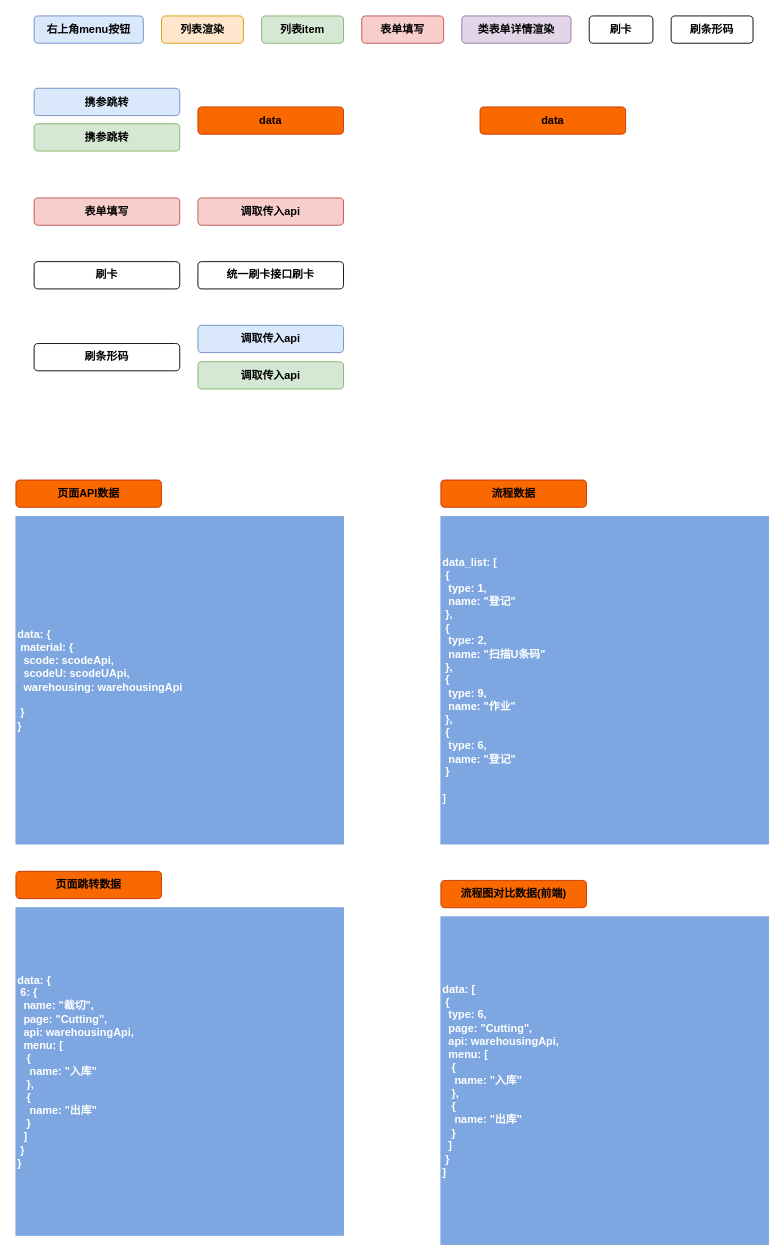
Before: page "第 2 页" (2 of 4) of Untitled Diagram.drawio in RuGxxx/Rug_home_Django, a draw.io diagram. Source tidied: cells renumbered, new cells numbered last; positions are measured from the earlier drawing's top-left corner, leaving out a move shared by most shapes. Both pictures are drawn from the tidied source at 91%, with x=0, y=0 at pixel (15, 15).
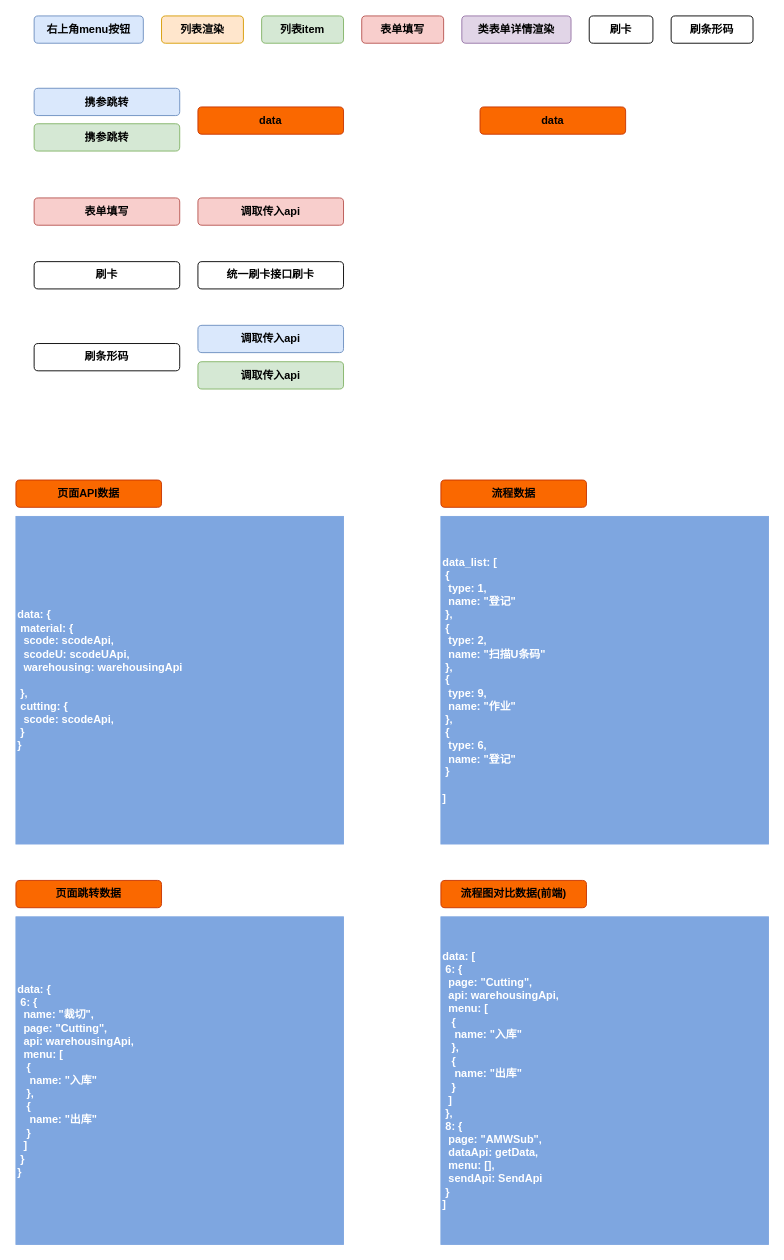
Above is the later version.

Diff of the diagram source:
```diff
@@
-    <mxCell id="20" value="&lt;b&gt;data: {&lt;br&gt;&lt;span&gt; &lt;/span&gt;&lt;span style=&quot;white-space: pre&quot;&gt; &lt;/span&gt;material: {&lt;br&gt;&lt;span&gt; &lt;span&gt; &lt;/span&gt;&lt;span style=&quot;white-space: pre&quot;&gt; &lt;span style=&quot;white-space: pre&quot;&gt; &lt;/span&gt;&lt;/span&gt;&lt;/span&gt;scode: scodeApi,&lt;br&gt;&lt;span style=&quot;white-space: pre&quot;&gt; &lt;/span&gt;&lt;span style=&quot;white-space: pre&quot;&gt; &lt;/span&gt;scodeU: scodeUApi,&lt;br&gt;&lt;span&gt; &lt;/span&gt;&lt;span&gt; &lt;/span&gt;&lt;span style=&quot;white-space: pre&quot;&gt; &lt;span style=&quot;white-space: pre&quot;&gt; &lt;/span&gt;&lt;/span&gt;warehousing: warehousingApi&lt;br&gt;&lt;span style=&quot;white-space: pre&quot;&gt; &lt;/span&gt;&lt;span style=&quot;white-space: pre&quot;&gt; &lt;/span&gt;&lt;br&gt;&lt;span&gt; &lt;/span&gt;&lt;span style=&quot;white-space: pre&quot;&gt; &lt;/span&gt;}&lt;br&gt;}&lt;/b&gt;" style="whiteSpace=wrap;html=1;labelBackgroundColor=none;fontColor=#FFFFFF;strokeColor=#7EA6E0;fillColor=#7EA6E0;align=left;" parent="1" vertex="1">
+    <mxCell id="20" value="&lt;b&gt;data: {&lt;br&gt;&lt;span&gt; &lt;/span&gt;&lt;span style=&quot;white-space: pre&quot;&gt; &lt;/span&gt;material: {&lt;br&gt;&lt;span&gt; &lt;span&gt; &lt;/span&gt;&lt;span style=&quot;white-space: pre&quot;&gt; &lt;span style=&quot;white-space: pre&quot;&gt; &lt;/span&gt;&lt;/span&gt;&lt;/span&gt;scode: scodeApi,&lt;br&gt;&lt;span style=&quot;white-space: pre&quot;&gt; &lt;/span&gt;&lt;span style=&quot;white-space: pre&quot;&gt; &lt;/span&gt;scodeU: scodeUApi,&lt;br&gt;&lt;span&gt; &lt;/span&gt;&lt;span&gt; &lt;/span&gt;&lt;span style=&quot;white-space: pre&quot;&gt; &lt;span style=&quot;white-space: pre&quot;&gt; &lt;/span&gt;&lt;/span&gt;warehousing: warehousingApi&lt;br&gt;&lt;span style=&quot;white-space: pre&quot;&gt; &lt;/span&gt;&lt;span style=&quot;white-space: pre&quot;&gt; &lt;/span&gt;&lt;br&gt;&lt;span&gt; &lt;/span&gt;&lt;span style=&quot;white-space: pre&quot;&gt; &lt;/span&gt;},&lt;br&gt;&lt;span style=&quot;white-space: pre&quot;&gt; &lt;/span&gt;cutting: {&lt;br&gt;&lt;span style=&quot;white-space: pre&quot;&gt; &lt;/span&gt;&lt;span style=&quot;white-space: pre&quot;&gt; &lt;/span&gt;scode: scodeApi,&lt;br&gt;&lt;span style=&quot;white-space: pre&quot;&gt; &lt;/span&gt;}&lt;br&gt;}&lt;/b&gt;" style="whiteSpace=wrap;html=1;labelBackgroundColor=none;fontColor=#FFFFFF;strokeColor=#7EA6E0;fillColor=#7EA6E0;align=left;" parent="1" vertex="1">
       <mxGeometry y="550" width="360" height="360" as="geometry" />
     </mxCell>
@@
     <mxCell id="24" value="&lt;b&gt;data: {&lt;br&gt;&lt;span&gt; &lt;/span&gt;&lt;span style=&quot;white-space: pre&quot;&gt; &lt;/span&gt;6: {&lt;br&gt;&lt;span&gt; &lt;span&gt; &lt;/span&gt;&lt;span style=&quot;white-space: pre&quot;&gt; &lt;span style=&quot;white-space: pre&quot;&gt; &lt;/span&gt;&lt;/span&gt;&lt;/span&gt;name: &quot;裁切&quot;,&lt;br&gt;&lt;span style=&quot;white-space: pre&quot;&gt; &lt;/span&gt;&lt;span style=&quot;white-space: pre&quot;&gt; &lt;/span&gt;page: &quot;Cutting&quot;,&lt;br&gt;&lt;span&gt; &lt;/span&gt;&lt;span&gt; &lt;/span&gt;&lt;span style=&quot;white-space: pre&quot;&gt; &lt;span style=&quot;white-space: pre&quot;&gt; &lt;/span&gt;a&lt;/span&gt;pi: warehousingApi,&lt;br&gt;&lt;span style=&quot;white-space: pre&quot;&gt; &lt;/span&gt;&lt;span style=&quot;white-space: pre&quot;&gt; &lt;/span&gt;menu: [&lt;br&gt;&lt;span style=&quot;white-space: pre&quot;&gt; &lt;/span&gt;&lt;span style=&quot;white-space: pre&quot;&gt; &lt;/span&gt;&lt;span style=&quot;white-space: pre&quot;&gt; &lt;/span&gt;{&lt;br&gt;&lt;span style=&quot;white-space: pre&quot;&gt; &lt;/span&gt;&lt;span style=&quot;white-space: pre&quot;&gt; &lt;/span&gt;&lt;span style=&quot;white-space: pre&quot;&gt; &lt;/span&gt;&lt;span style=&quot;white-space: pre&quot;&gt; &lt;/span&gt;name: &quot;入库&quot;&lt;br&gt;&lt;span style=&quot;white-space: pre&quot;&gt; &lt;/span&gt;&lt;span style=&quot;white-space: pre&quot;&gt; &lt;/span&gt;&lt;span style=&quot;white-space: pre&quot;&gt; &lt;/span&gt;},&lt;br&gt;&lt;span style=&quot;white-space: pre&quot;&gt; &lt;/span&gt;&lt;span style=&quot;white-space: pre&quot;&gt; &lt;/span&gt;&lt;span style=&quot;white-space: pre&quot;&gt; &lt;/span&gt;{&lt;br&gt;&lt;span style=&quot;white-space: pre&quot;&gt; &lt;/span&gt;&lt;span style=&quot;white-space: pre&quot;&gt; &lt;/span&gt;&lt;span style=&quot;white-space: pre&quot;&gt; &lt;/span&gt;&lt;span style=&quot;white-space: pre&quot;&gt; &lt;/span&gt;name: &quot;出库&quot;&lt;br&gt;&lt;span style=&quot;white-space: pre&quot;&gt; &lt;/span&gt;&lt;span style=&quot;white-space: pre&quot;&gt; &lt;/span&gt;&lt;span style=&quot;white-space: pre&quot;&gt; &lt;/span&gt;}&lt;br&gt;&lt;span style=&quot;white-space: pre&quot;&gt; &lt;/span&gt;&lt;span style=&quot;white-space: pre&quot;&gt; &lt;/span&gt;]&lt;br&gt;&lt;span&gt; &lt;/span&gt;&lt;span style=&quot;white-space: pre&quot;&gt; &lt;/span&gt;}&lt;br&gt;}&lt;br&gt;&lt;/b&gt;" style="whiteSpace=wrap;html=1;labelBackgroundColor=none;fontColor=#FFFFFF;strokeColor=#7EA6E0;fillColor=#7EA6E0;align=left;" parent="1" vertex="1">
-      <mxGeometry y="980" width="360" height="360" as="geometry" />
+      <mxGeometry y="990" width="360" height="360" as="geometry" />
     </mxCell>
     <mxCell id="25" value="页面跳转数据" style="rounded=1;whiteSpace=wrap;html=1;strokeColor=#C73500;fillColor=#fa6800;labelBackgroundColor=none;fontStyle=1;fontColor=#000000;" parent="1" vertex="1">
-      <mxGeometry y="940" width="160" height="30" as="geometry" />
+      <mxGeometry y="950" width="160" height="30" as="geometry" />
     </mxCell>
-    <mxCell id="26" value="&lt;b&gt;data: [&lt;br&gt;&lt;span&gt; &lt;/span&gt;&lt;span style=&quot;white-space: pre&quot;&gt; &lt;/span&gt;{&lt;br&gt;&lt;span&gt; &lt;span&gt; &lt;/span&gt;&lt;span style=&quot;white-space: pre&quot;&gt; &lt;span style=&quot;white-space: pre&quot;&gt; &lt;/span&gt;&lt;/span&gt;&lt;/span&gt;type: 6,&lt;br&gt;&lt;span style=&quot;white-space: pre&quot;&gt; &lt;/span&gt;&lt;span style=&quot;white-space: pre&quot;&gt; &lt;/span&gt;page: &quot;Cutting&quot;,&lt;br&gt;&lt;span&gt; &lt;/span&gt;&lt;span&gt; &lt;/span&gt;&lt;span style=&quot;white-space: pre&quot;&gt; &lt;span style=&quot;white-space: pre&quot;&gt; &lt;/span&gt;a&lt;/span&gt;pi: warehousingApi,&lt;br&gt;&lt;span style=&quot;white-space: pre&quot;&gt; &lt;/span&gt;&lt;span style=&quot;white-space: pre&quot;&gt; &lt;/span&gt;menu: [&lt;br&gt;&lt;span style=&quot;white-space: pre&quot;&gt; &lt;/span&gt;&lt;span style=&quot;white-space: pre&quot;&gt; &lt;/span&gt;&lt;span style=&quot;white-space: pre&quot;&gt; &lt;/span&gt;{&lt;br&gt;&lt;span style=&quot;white-space: pre&quot;&gt; &lt;/span&gt;&lt;span style=&quot;white-space: pre&quot;&gt; &lt;/span&gt;&lt;span style=&quot;white-space: pre&quot;&gt; &lt;/span&gt;&lt;span style=&quot;white-space: pre&quot;&gt; &lt;/span&gt;name: &quot;入库&quot;&lt;br&gt;&lt;span style=&quot;white-space: pre&quot;&gt; &lt;/span&gt;&lt;span style=&quot;white-space: pre&quot;&gt; &lt;/span&gt;&lt;span style=&quot;white-space: pre&quot;&gt; &lt;/span&gt;},&lt;br&gt;&lt;span style=&quot;white-space: pre&quot;&gt; &lt;/span&gt;&lt;span style=&quot;white-space: pre&quot;&gt; &lt;/span&gt;&lt;span style=&quot;white-space: pre&quot;&gt; &lt;/span&gt;{&lt;br&gt;&lt;span style=&quot;white-space: pre&quot;&gt; &lt;/span&gt;&lt;span style=&quot;white-space: pre&quot;&gt; &lt;/span&gt;&lt;span style=&quot;white-space: pre&quot;&gt; &lt;/span&gt;&lt;span style=&quot;white-space: pre&quot;&gt; &lt;/span&gt;name: &quot;出库&quot;&lt;br&gt;&lt;span style=&quot;white-space: pre&quot;&gt; &lt;/span&gt;&lt;span style=&quot;white-space: pre&quot;&gt; &lt;/span&gt;&lt;span style=&quot;white-space: pre&quot;&gt; &lt;/span&gt;}&lt;br&gt;&lt;span style=&quot;white-space: pre&quot;&gt; &lt;/span&gt;&lt;span style=&quot;white-space: pre&quot;&gt; &lt;/span&gt;]&lt;br&gt;&lt;span&gt; &lt;/span&gt;&lt;span style=&quot;white-space: pre&quot;&gt; &lt;/span&gt;}&lt;br&gt;]&lt;br&gt;&lt;/b&gt;" style="whiteSpace=wrap;html=1;labelBackgroundColor=none;fontColor=#FFFFFF;strokeColor=#7EA6E0;fillColor=#7EA6E0;align=left;" parent="1" vertex="1">
+    <mxCell id="26" value="&lt;b&gt;data: [&lt;br&gt;&lt;span&gt; &lt;/span&gt;&lt;span style=&quot;white-space: pre&quot;&gt; &lt;/span&gt;6: {&lt;br&gt;&lt;span style=&quot;white-space: pre&quot;&gt; &lt;/span&gt;&lt;span style=&quot;white-space: pre&quot;&gt; &lt;/span&gt;page: &quot;Cutting&quot;,&lt;br&gt;&lt;span&gt; &lt;/span&gt;&lt;span&gt; &lt;/span&gt;&lt;span style=&quot;white-space: pre&quot;&gt; &lt;span style=&quot;white-space: pre&quot;&gt; &lt;/span&gt;a&lt;/span&gt;pi: warehousingApi,&lt;br&gt;&lt;span style=&quot;white-space: pre&quot;&gt; &lt;/span&gt;&lt;span style=&quot;white-space: pre&quot;&gt; &lt;/span&gt;menu: [&lt;br&gt;&lt;span style=&quot;white-space: pre&quot;&gt; &lt;/span&gt;&lt;span style=&quot;white-space: pre&quot;&gt; &lt;/span&gt;&lt;span style=&quot;white-space: pre&quot;&gt; &lt;/span&gt;{&lt;br&gt;&lt;span style=&quot;white-space: pre&quot;&gt; &lt;/span&gt;&lt;span style=&quot;white-space: pre&quot;&gt; &lt;/span&gt;&lt;span style=&quot;white-space: pre&quot;&gt; &lt;/span&gt;&lt;span style=&quot;white-space: pre&quot;&gt; &lt;/span&gt;name: &quot;入库&quot;&lt;br&gt;&lt;span style=&quot;white-space: pre&quot;&gt; &lt;/span&gt;&lt;span style=&quot;white-space: pre&quot;&gt; &lt;/span&gt;&lt;span style=&quot;white-space: pre&quot;&gt; &lt;/span&gt;},&lt;br&gt;&lt;span style=&quot;white-space: pre&quot;&gt; &lt;/span&gt;&lt;span style=&quot;white-space: pre&quot;&gt; &lt;/span&gt;&lt;span style=&quot;white-space: pre&quot;&gt; &lt;/span&gt;{&lt;br&gt;&lt;span style=&quot;white-space: pre&quot;&gt; &lt;/span&gt;&lt;span style=&quot;white-space: pre&quot;&gt; &lt;/span&gt;&lt;span style=&quot;white-space: pre&quot;&gt; &lt;/span&gt;&lt;span style=&quot;white-space: pre&quot;&gt; &lt;/span&gt;name: &quot;出库&quot;&lt;br&gt;&lt;span style=&quot;white-space: pre&quot;&gt; &lt;/span&gt;&lt;span style=&quot;white-space: pre&quot;&gt; &lt;/span&gt;&lt;span style=&quot;white-space: pre&quot;&gt; &lt;/span&gt;}&lt;br&gt;&lt;span style=&quot;white-space: pre&quot;&gt; &lt;/span&gt;&lt;span style=&quot;white-space: pre&quot;&gt; &lt;/span&gt;]&lt;br&gt;&lt;span&gt; &lt;/span&gt;&lt;span style=&quot;white-space: pre&quot;&gt; &lt;/span&gt;},&lt;br&gt;&lt;span style=&quot;white-space: pre&quot;&gt; &lt;/span&gt;8: {&lt;br&gt;&lt;span style=&quot;white-space: pre&quot;&gt; &lt;span style=&quot;white-space: pre&quot;&gt; &lt;/span&gt;p&lt;/span&gt;age: &quot;AMWSub&quot;,&lt;br&gt;&lt;span style=&quot;white-space: pre&quot;&gt; &lt;/span&gt;&lt;span style=&quot;white-space: pre&quot;&gt; &lt;/span&gt;dataApi: getData,&lt;br&gt;&lt;span style=&quot;white-space: pre&quot;&gt; &lt;/span&gt;&lt;span style=&quot;white-space: pre&quot;&gt; &lt;/span&gt;menu: [],&lt;br&gt;&lt;span style=&quot;white-space: pre&quot;&gt; &lt;/span&gt;&lt;span style=&quot;white-space: pre&quot;&gt; &lt;/span&gt;sendApi: SendApi&lt;br&gt;&lt;span style=&quot;white-space: pre&quot;&gt; &lt;/span&gt;}&lt;br&gt;]&lt;br&gt;&lt;/b&gt;" style="whiteSpace=wrap;html=1;labelBackgroundColor=none;fontColor=#FFFFFF;strokeColor=#7EA6E0;fillColor=#7EA6E0;align=left;" parent="1" vertex="1">
       <mxGeometry x="467" y="990" width="360" height="360" as="geometry" />
     </mxCell>
```
